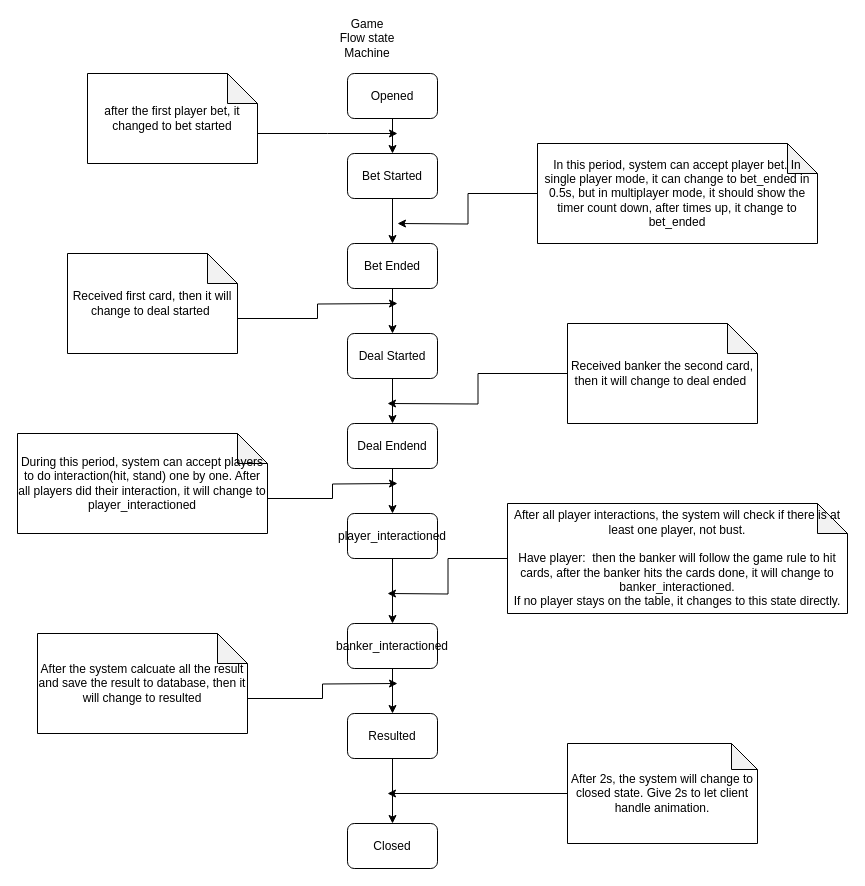
The draw.io diagram docs/game_flow_state_machine.drawio in chongin/blackjack, before the edit. Source tidied: cells renumbered, new cells numbered last; positions are measured from the earlier drawing's top-left corner, leaving out a move shared by most shapes. Both pictures are drawn from the tidied source at 100%, with x=0, y=0 at pixel (17, 23).
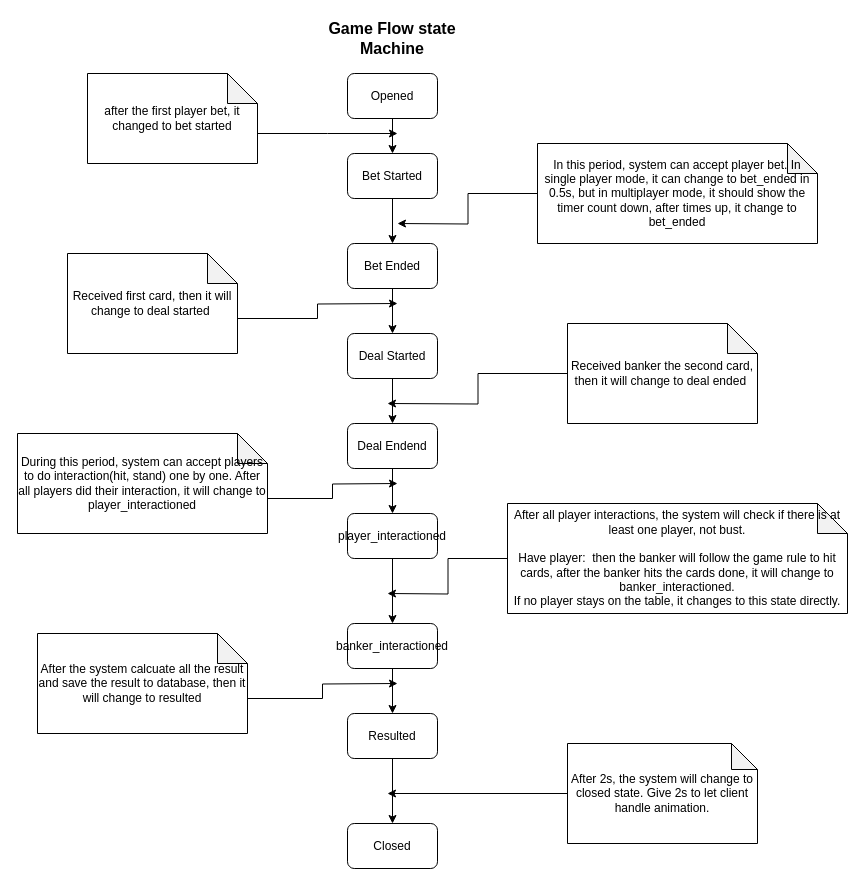
The same diagram, later.

The edit, as a diff of the source:
```diff
@@
-    <mxCell id="35" value="Game Flow state Machine" style="text;html=1;strokeColor=none;fillColor=none;align=center;verticalAlign=middle;whiteSpace=wrap;rounded=0;" parent="1" vertex="1">
-      <mxGeometry x="320" width="60" height="30" as="geometry" />
+    <mxCell id="35" value="Game Flow state Machine" style="text;html=1;strokeColor=none;fillColor=none;align=center;verticalAlign=middle;whiteSpace=wrap;rounded=0;fontStyle=1;fontSize=16;" parent="1" vertex="1">
+      <mxGeometry x="295" width="160" height="30" as="geometry" />
     </mxCell>
```
